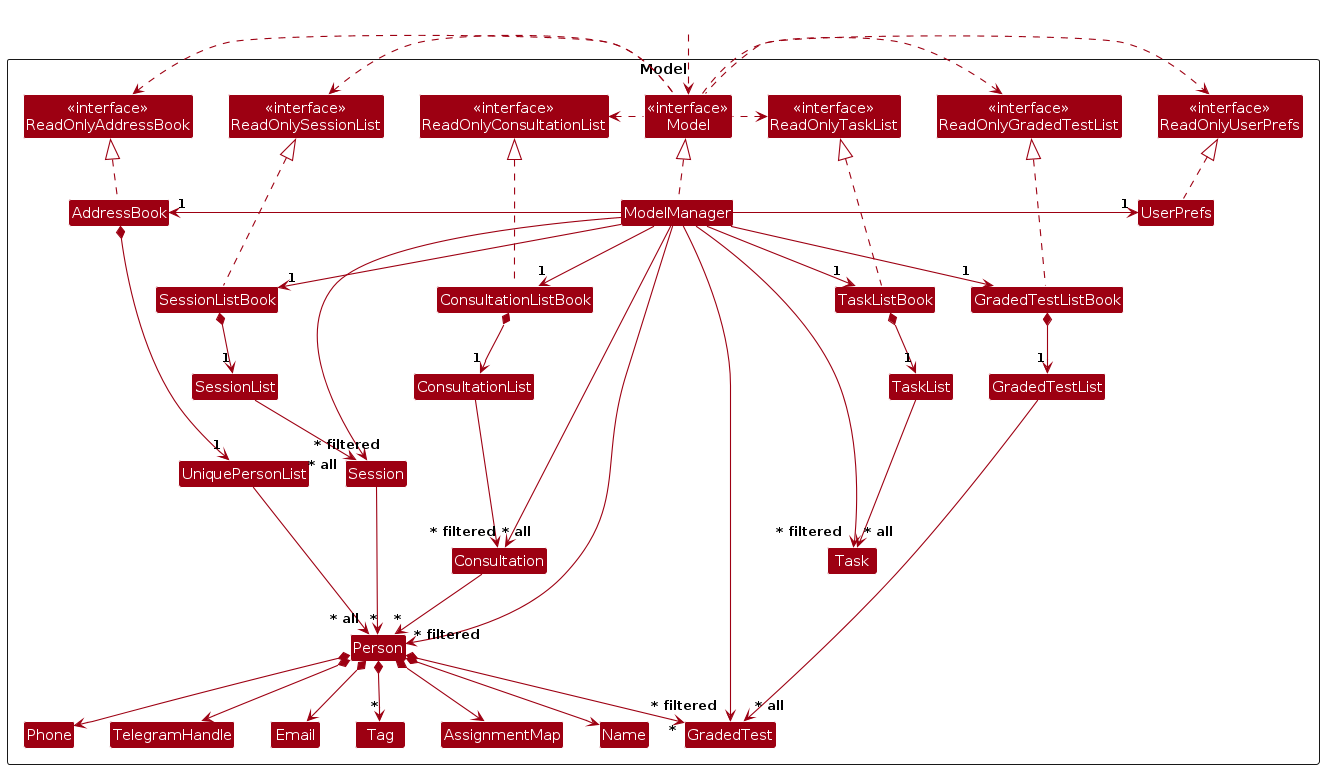
Earlier version of the PlantUML export diagrams/ModelClassDiagram.png (Respirayson/tp). Its source is kept beside it as diagrams/ModelClassDiagram.puml.
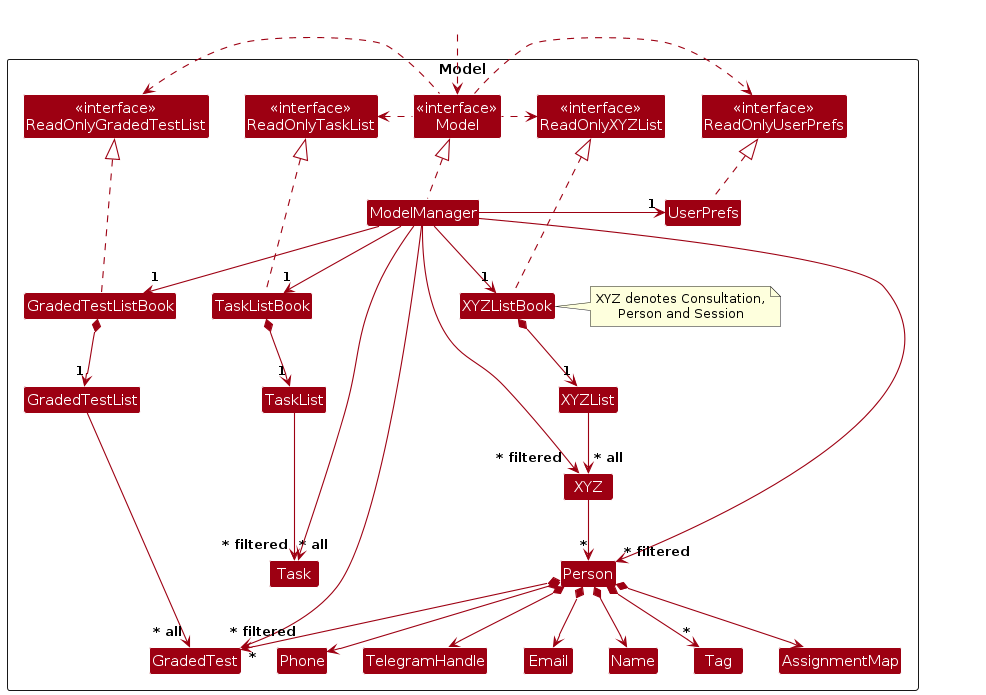
Above is the later version.

The edit, as a diff of the source:
```diff
@@ -5,22 +5,21 @@
 skinparam classBackgroundColor MODEL_COLOR
 
 Package Model as ModelPackage <<Rectangle>>{
-Class "<<interface>>\nReadOnlyAddressBook" as ReadOnlyAddressBook
 Class "<<interface>>\nReadOnlyTaskList" as ReadOnlyTaskList
 Class "<<interface>>\nReadOnlyGradedTestList" as ReadOnlyGradedTestList
-Class "<<interface>>\nReadOnlyConsultationList" as ReadOnlyConsultationList
-Class "<<interface>>\nReadOnlySessionList" as ReadOnlySessionList
+Class "<<interface>>\nReadOnlyXYZList" as ReadOnlyXYZList
 Class "<<interface>>\nReadOnlyUserPrefs" as ReadOnlyUserPrefs
 Class "<<interface>>\nModel" as Model
-Class AddressBook
 Class TaskListBook
-Class SessionListBook
-Class ConsultationListBook
+Class XYZListBook
+note right
+      XYZ denotes Consultation,
+      Person and Session
+end note
 Class GradedTestListBook
 Class ModelManager
 Class UserPrefs
 
-Class UniquePersonList
 Class Person
 Class TelegramHandle
 Class Email
@@ -32,11 +31,8 @@
 Class TaskList
 Class Task
 
-Class ConsultationList
-Class Consultation
-
-Class SessionList
-Class Session
+Class XYZList
+Class XYZ
 
 Class GradedTestList
 Class GradedTest
@@ -46,38 +42,26 @@
 Class I #FFFFFF
 Class J #FFFFFF
 Class K #FFFFFF
-Class S #FFFFFF
-Class T #FFFFFF
 }
 
 Class HiddenOutside #FFFFFF
 HiddenOutside ..> Model
 
-AddressBook .up.|> ReadOnlyAddressBook
 TaskListBook .up.|> ReadOnlyTaskList
 GradedTestListBook .up.|> ReadOnlyGradedTestList
-SessionListBook .up.|> ReadOnlySessionList
-ConsultationListBook .up.|> ReadOnlyConsultationList
+XYZListBook .up.|> ReadOnlyXYZList
 
 ModelManager .up.|> Model
 Model .right.> ReadOnlyUserPrefs
-Model .left.> ReadOnlyAddressBook
 Model .left.> ReadOnlyTaskList
 Model .left.> ReadOnlyGradedTestList
-Model .left.> ReadOnlySessionList
-Model .left.> ReadOnlyConsultationList
-ModelManager -left-> "1" AddressBook
+Model .left.> ReadOnlyXYZList
 ModelManager -down-> "1" TaskListBook
 ModelManager -down-> "1" GradedTestListBook
-ModelManager -down-> "1" ConsultationListBook
-ModelManager -down-> "1" SessionListBook
+ModelManager -down-> "1" XYZListBook
 ModelManager -right-> "1" UserPrefs
 UserPrefs .up.|> ReadOnlyUserPrefs
 
-AddressBook *--> "1" UniquePersonList
-UniquePersonList --> "~* all" Person
-Person -[hidden]up--> I
-UniquePersonList -[hidden]right-> I
 
 Person *--> Name
 Person *--> Phone
@@ -90,25 +74,19 @@
 
 TaskListBook *--> "1" TaskList
 TaskList --> "~* all" Task
-Task -[hidden]up--> T
-TaskList -[hidden]right-> T
+Task -[hidden]up--> J
+TaskList -[hidden]right-> J
 
 GradedTestListBook *--> "1" GradedTestList
 GradedTestList --> "~* all" GradedTest
-GradedTest -[hidden]up--> K
-GradedTestList -[hidden]right-> J
+GradedTest -[hidden]up--> I
+GradedTestList -[hidden]right-> I
 
-ConsultationListBook *--> "1" ConsultationList
-ConsultationList --> "~* all" Consultation
-Consultation --> "*" Person
-Consultation -[hidden]up--> K
-ConsultationList -[hidden]right-> J
-
-SessionListBook *--> "1" SessionList
-SessionList --> "~* all" Session
-Session --> "*" Person
-Session -[hidden]up--> S
-SessionList -[hidden]right-> K
+XYZListBook *--> "1" XYZList
+XYZList --> "~* all" XYZ
+XYZ --> "*" Person
+XYZ -[hidden]up--> K
+XYZList -[hidden]right-> I
 
 Name -[hidden]right-> Phone
 Phone -[hidden]right-> TelegramHandle
@@ -116,7 +94,6 @@
 
 ModelManager --> "~* filtered" Person
 ModelManager --> "~* filtered" Task
-ModelManager --> "~* filtered" Session
+ModelManager --> "~* filtered" XYZ
 ModelManager --> "~* filtered" GradedTest
-ModelManager --> "~* filtered" Consultation
 @enduml
```
